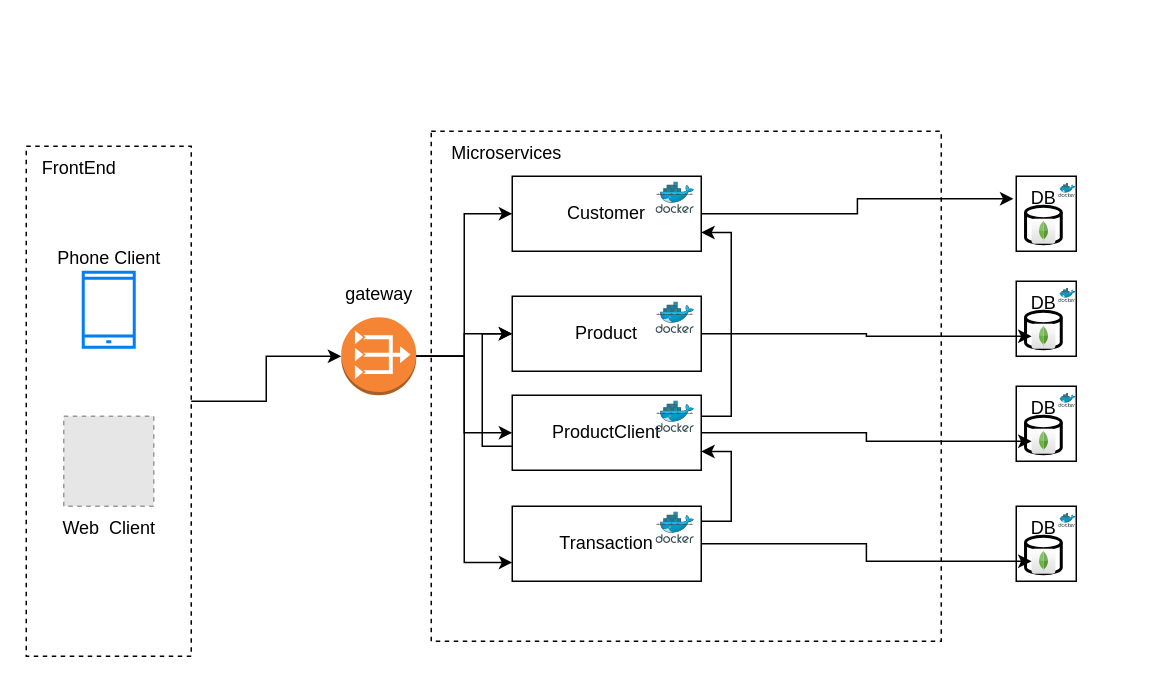
Earlier version of the draw.io diagram draw.drawio (mamaya21/drawio). Source tidied: cells renumbered, new cells numbered last; positions are measured from the earlier drawing's top-left corner, leaving out a move shared by most shapes. Both pictures are drawn from the tidied source at 150%, with x=0, y=0 at pixel (26, 130). Pictures stored in the file or linked from it are replaced by grey dashed boxes.
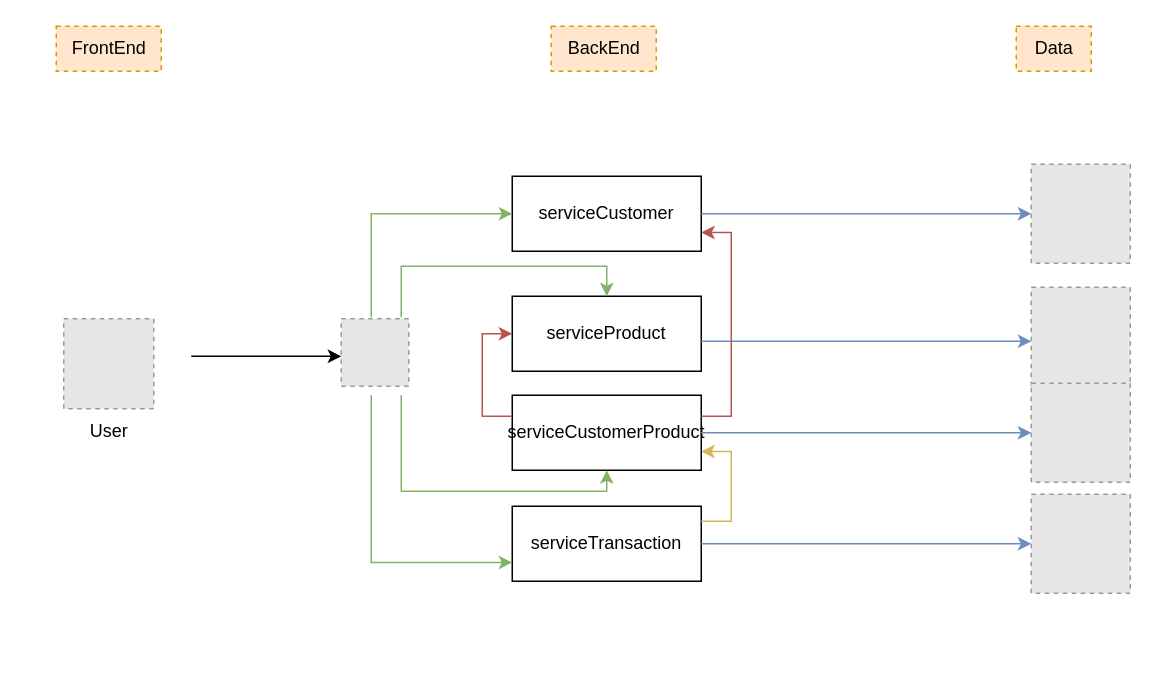
Above is the later version.

Unchanged cells that the change refers to:
```xml
<mxCell id="6" style="group;" parent="1" vertex="1">
  <mxGeometry x="324" y="30" width="126" height="50" as="geometry" />
</mxCell>
<mxCell id="17" style="group;" parent="1" vertex="1">
  <mxGeometry x="324" y="110" width="126" height="50" as="geometry" />
</mxCell>
<mxCell id="20" style="group;" parent="1" vertex="1">
  <mxGeometry x="324" y="250" width="126" height="50" as="geometry" />
</mxCell>
<mxCell id="23" style="group;" parent="1" vertex="1">
  <mxGeometry x="324" y="176" width="126" height="50" as="geometry" />
</mxCell>
```

The edit, as a diff of the source:
```diff
@@
-    <mxCell id="2" style="whiteSpace=wrap;html=1;fillColor=none;dashed=1;" parent="1" vertex="1">
-      <mxGeometry x="270" width="340" height="340" as="geometry" />
-    </mxCell>
-    <mxCell id="3" style="group;" parent="1" vertex="1">
-      <mxGeometry x="200" y="94" width="70" height="82" as="geometry" />
-    </mxCell>
-    <mxCell id="4" style="outlineConnect=0;dashed=0;verticalLabelPosition=bottom;verticalAlign=top;align=center;html=1;shape=mxgraph.aws3.vpc_nat_gateway;fillColor=#F58534;gradientColor=none;" parent="3" vertex="1">
-      <mxGeometry x="10" y="30" width="50" height="52" as="geometry" />
-    </mxCell>
-    <mxCell id="5" value="gateway" style="text;html=1;align=center;verticalAlign=middle;fillColor=none;strokeColor=none;rounded=0;" parent="3" vertex="1">
-      <mxGeometry width="70" height="30" as="geometry" />
-    </mxCell>
@@
-    <mxCell id="7" value="Customer" style="rounded=0;whiteSpace=wrap;html=1;" parent="6" vertex="1">
+    <mxCell id="7" value="serviceCustomer" style="rounded=0;whiteSpace=wrap;html=1;" parent="6" vertex="1">
       <mxGeometry width="126" height="50" as="geometry" />
     </mxCell>
-    <mxCell id="8" style="sketch=0;html=1;align=center;image;fontSize=12;image=img/lib/mscae/Docker.svg;" parent="6" vertex="1">
-      <mxGeometry x="96" y="4" width="25.6" height="21" as="geometry" />
-    </mxCell>
-    <mxCell id="9" style="group;" parent="1" vertex="1">
-      <mxGeometry x="660" y="30" width="40" height="50" as="geometry" />
-    </mxCell>
-    <mxCell id="10" style="rounded=0;whiteSpace=wrap;html=1;" parent="9" vertex="1">
-      <mxGeometry width="40" height="50" as="geometry" />
-    </mxCell>
-    <mxCell id="11" style="group;" parent="9" vertex="1">
-      <mxGeometry x="6.2" y="5" width="23.8" height="40" as="geometry" />
-    </mxCell>
-    <mxCell id="12" style="group;" parent="11" vertex="1">
-      <mxGeometry y="15" width="23.8" height="25" as="geometry" />
-    </mxCell>
-    <mxCell id="13" style="strokeWidth=2;html=1;shape=mxgraph.flowchart.database;whiteSpace=wrap;" parent="12" vertex="1">
-      <mxGeometry width="23.8" height="25" as="geometry" />
-    </mxCell>
-    <mxCell id="14" style="dashed=0;html=1;align=center;labelPosition=center;verticalLabelPosition=bottom;verticalAlign=top;shape=mxgraph.webicons.mongodb;gradientColor=#DFDEDE;" parent="12" vertex="1">
-      <mxGeometry x="4" y="8.3" width="15.9" height="16.7" as="geometry" />
-    </mxCell>
-    <mxCell id="15" style="sketch=0;html=1;align=center;image;fontSize=12;image=img/lib/mscae/Docker.svg;" parent="9" vertex="1">
-      <mxGeometry x="28.4" y="5" width="11.4" height="9.3" as="geometry" />
-    </mxCell>
-    <mxCell id="16" value="DB" style="text;html=1;align=center;verticalAlign=middle;points=[];fillColor=none;strokeColor=none;rounded=0;" parent="9" vertex="1">
-      <mxGeometry x="-1.9" width="40" height="30" as="geometry" />
-    </mxCell>
@@
-    <mxCell id="18" value="Product" style="rounded=0;whiteSpace=wrap;html=1;" parent="17" vertex="1">
+    <mxCell id="18" value="serviceProduct" style="rounded=0;whiteSpace=wrap;html=1;" parent="17" vertex="1">
       <mxGeometry width="126" height="50" as="geometry" />
     </mxCell>
-    <mxCell id="19" style="sketch=0;html=1;align=center;image;fontSize=12;image=img/lib/mscae/Docker.svg;" parent="17" vertex="1">
-      <mxGeometry x="96" y="4" width="25.6" height="21" as="geometry" />
-    </mxCell>
@@
-    <mxCell id="21" value="Transaction" style="rounded=0;whiteSpace=wrap;html=1;" parent="20" vertex="1">
+    <mxCell id="21" value="serviceTransaction" style="rounded=0;whiteSpace=wrap;html=1;" parent="20" vertex="1">
       <mxGeometry width="126" height="50" as="geometry" />
     </mxCell>
-    <mxCell id="22" style="sketch=0;html=1;align=center;image;fontSize=12;image=img/lib/mscae/Docker.svg;" parent="20" vertex="1">
-      <mxGeometry x="96" y="4" width="25.6" height="21" as="geometry" />
-    </mxCell>
@@
-    <mxCell id="24" value="ProductClient" style="rounded=0;whiteSpace=wrap;html=1;" parent="23" vertex="1">
+    <mxCell id="24" value="serviceCustomerProduct" style="rounded=0;whiteSpace=wrap;html=1;" parent="23" vertex="1">
       <mxGeometry width="126" height="50" as="geometry" />
     </mxCell>
-    <mxCell id="25" style="sketch=0;html=1;align=center;image;fontSize=12;image=img/lib/mscae/Docker.svg;" parent="23" vertex="1">
-      <mxGeometry x="96" y="4" width="25.6" height="21" as="geometry" />
-    </mxCell>
-    <mxCell id="26" value="Microservices" style="text;html=1;align=center;verticalAlign=middle;fillColor=none;strokeColor=none;rounded=0;dashed=1;" parent="1" vertex="1">
-      <mxGeometry x="270" width="100" height="30" as="geometry" />
-    </mxCell>
-    <mxCell id="27" style="edgeStyle=orthogonalEdgeStyle;rounded=0;jettySize=auto;html=1;" parent="1" edge="1" source="7" target="16">
-      <mxGeometry relative="1" as="geometry" />
+    <mxCell id="27" style="edgeStyle=orthogonalEdgeStyle;rounded=0;jettySize=auto;html=1;fillColor=#dae8fc;strokeColor=#6c8ebf;" parent="1" edge="1" source="7">
+      <mxGeometry relative="1" as="geometry">
+        <mxPoint x="670" y="55" as="targetPoint" />
+        <Array as="points">
+          <mxPoint x="658" y="55" />
+        </Array>
+      </mxGeometry>
     </mxCell>
-    <mxCell id="28" style="group;" parent="1" vertex="1">
-      <mxGeometry x="660" y="100" width="40" height="50" as="geometry" />
-    </mxCell>
-    <mxCell id="29" style="rounded=0;whiteSpace=wrap;html=1;" parent="28" vertex="1">
-      <mxGeometry width="40" height="50" as="geometry" />
-    </mxCell>
-    <mxCell id="30" style="group;" parent="28" vertex="1">
-      <mxGeometry x="6.2" y="5" width="23.8" height="40" as="geometry" />
-    </mxCell>
-    <mxCell id="31" style="group;" parent="30" vertex="1">
-      <mxGeometry y="15" width="23.8" height="25" as="geometry" />
-    </mxCell>
-    <mxCell id="32" style="strokeWidth=2;html=1;shape=mxgraph.flowchart.database;whiteSpace=wrap;" parent="31" vertex="1">
-      <mxGeometry width="23.8" height="25" as="geometry" />
-    </mxCell>
-    <mxCell id="33" style="dashed=0;outlineConnect=0;html=1;align=center;labelPosition=center;verticalLabelPosition=bottom;verticalAlign=top;shape=mxgraph.webicons.mongodb;gradientColor=#DFDEDE;" parent="31" vertex="1">
-      <mxGeometry x="4" y="8.3" width="15.9" height="16.7" as="geometry" />
-    </mxCell>
-    <mxCell id="34" style="sketch=0;html=1;align=center;image;fontSize=12;image=img/lib/mscae/Docker.svg;" parent="28" vertex="1">
-      <mxGeometry x="28.4" y="5" width="11.4" height="9.3" as="geometry" />
-    </mxCell>
-    <mxCell id="35" value="DB" style="text;html=1;align=center;verticalAlign=middle;fillColor=none;strokeColor=none;rounded=0;" parent="28" vertex="1">
-      <mxGeometry x="-1.9" width="40" height="30" as="geometry" />
-    </mxCell>
-    <mxCell id="36" style="group;" parent="1" vertex="1">
-      <mxGeometry x="660" y="170" width="40" height="50" as="geometry" />
-    </mxCell>
-    <mxCell id="37" style="rounded=0;whiteSpace=wrap;html=1;" parent="36" vertex="1">
-      <mxGeometry width="40" height="50" as="geometry" />
-    </mxCell>
-    <mxCell id="38" style="group;" parent="36" vertex="1">
-      <mxGeometry x="6.2" y="5" width="23.8" height="40" as="geometry" />
-    </mxCell>
-    <mxCell id="39" style="group;" parent="38" vertex="1">
-      <mxGeometry y="15" width="23.8" height="25" as="geometry" />
-    </mxCell>
-    <mxCell id="40" style="strokeWidth=2;html=1;shape=mxgraph.flowchart.database;whiteSpace=wrap;" parent="39" vertex="1">
-      <mxGeometry width="23.8" height="25" as="geometry" />
-    </mxCell>
-    <mxCell id="41" style="dashed=0;outlineConnect=0;html=1;align=center;labelPosition=center;verticalLabelPosition=bottom;verticalAlign=top;shape=mxgraph.webicons.mongodb;gradientColor=#DFDEDE;" parent="39" vertex="1">
-      <mxGeometry x="4" y="8.3" width="15.9" height="16.7" as="geometry" />
-    </mxCell>
-    <mxCell id="42" style="sketch=0;html=1;align=center;image;fontSize=12;image=img/lib/mscae/Docker.svg;" parent="36" vertex="1">
-      <mxGeometry x="28.4" y="5" width="11.4" height="9.3" as="geometry" />
-    </mxCell>
-    <mxCell id="43" value="DB" style="text;html=1;align=center;verticalAlign=middle;fillColor=none;strokeColor=none;rounded=0;" parent="36" vertex="1">
-      <mxGeometry x="-1.9" width="40" height="30" as="geometry" />
-    </mxCell>
-    <mxCell id="44" style="group;" parent="1" vertex="1">
-      <mxGeometry x="660" y="250" width="40" height="50" as="geometry" />
-    </mxCell>
-    <mxCell id="45" style="rounded=0;whiteSpace=wrap;html=1;" parent="44" vertex="1">
-      <mxGeometry width="40" height="50" as="geometry" />
-    </mxCell>
-    <mxCell id="46" style="group;" parent="44" vertex="1">
-      <mxGeometry x="6.2" y="5" width="23.8" height="40" as="geometry" />
-    </mxCell>
-    <mxCell id="47" style="group;" parent="46" vertex="1">
-      <mxGeometry y="15" width="23.8" height="25" as="geometry" />
-    </mxCell>
-    <mxCell id="48" style="strokeWidth=2;html=1;shape=mxgraph.flowchart.database;whiteSpace=wrap;" parent="47" vertex="1">
-      <mxGeometry width="23.8" height="25" as="geometry" />
-    </mxCell>
-    <mxCell id="49" style="dashed=0;outlineConnect=0;html=1;align=center;labelPosition=center;verticalLabelPosition=bottom;verticalAlign=top;shape=mxgraph.webicons.mongodb;gradientColor=#DFDEDE;" parent="47" vertex="1">
-      <mxGeometry x="4" y="8.3" width="15.9" height="16.7" as="geometry" />
-    </mxCell>
-    <mxCell id="50" style="sketch=0;html=1;align=center;image;fontSize=12;image=img/lib/mscae/Docker.svg;" parent="44" vertex="1">
-      <mxGeometry x="28.4" y="5" width="11.4" height="9.3" as="geometry" />
-    </mxCell>
-    <mxCell id="51" value="DB" style="text;html=1;align=center;verticalAlign=middle;fillColor=none;strokeColor=none;rounded=0;" parent="44" vertex="1">
-      <mxGeometry x="-1.9" width="40" height="30" as="geometry" />
-    </mxCell>
-    <mxCell id="52" style="edgeStyle=orthogonalEdgeStyle;rounded=0;jettySize=auto;html=1;" parent="1" edge="1" source="21" target="49">
-      <mxGeometry relative="1" as="geometry" />
+    <mxCell id="52" style="edgeStyle=orthogonalEdgeStyle;rounded=0;jettySize=auto;html=1;fillColor=#dae8fc;strokeColor=#6c8ebf;" parent="1" edge="1" source="21">
+      <mxGeometry relative="1" as="geometry">
+        <mxPoint x="670" y="275" as="targetPoint" />
+        <Array as="points">
+          <mxPoint x="670" y="275" />
+        </Array>
+      </mxGeometry>
     </mxCell>
-    <mxCell id="53" style="edgeStyle=orthogonalEdgeStyle;rounded=0;jettySize=auto;html=1;" parent="1" edge="1" source="24" target="41">
-      <mxGeometry relative="1" as="geometry" />
+    <mxCell id="53" style="edgeStyle=orthogonalEdgeStyle;rounded=0;jettySize=auto;html=1;fillColor=#dae8fc;strokeColor=#6c8ebf;" parent="1" edge="1" source="24">
+      <mxGeometry relative="1" as="geometry">
+        <mxPoint x="670" y="201" as="targetPoint" />
+        <Array as="points">
+          <mxPoint x="670" y="201" />
+        </Array>
+      </mxGeometry>
     </mxCell>
-    <mxCell id="54" style="edgeStyle=orthogonalEdgeStyle;rounded=0;jettySize=auto;html=1;" parent="1" edge="1" source="18" target="33">
-      <mxGeometry relative="1" as="geometry" />
+    <mxCell id="54" style="edgeStyle=orthogonalEdgeStyle;rounded=0;jettySize=auto;html=1;fillColor=#dae8fc;strokeColor=#6c8ebf;" parent="1" edge="1" source="18">
+      <mxGeometry relative="1" as="geometry">
+        <mxPoint x="670" y="140" as="targetPoint" />
+        <Array as="points">
+          <mxPoint x="670" y="140" />
+        </Array>
+      </mxGeometry>
     </mxCell>
-    <mxCell id="55" style="edgeStyle=orthogonalEdgeStyle;rounded=0;jettySize=auto;html=1;" parent="1" edge="1" source="4" target="18">
-      <mxGeometry relative="1" as="geometry" />
+    <mxCell id="55" style="edgeStyle=orthogonalEdgeStyle;rounded=0;jettySize=auto;html=1;fillColor=#d5e8d4;strokeColor=#82b366;" parent="1" edge="1" target="18">
+      <mxGeometry relative="1" as="geometry">
+        <mxPoint x="250" y="124" as="sourcePoint" />
+        <Array as="points">
+          <mxPoint x="250" y="90" />
+          <mxPoint x="387" y="90" />
+        </Array>
+      </mxGeometry>
     </mxCell>
-    <mxCell id="56" style="edgeStyle=orthogonalEdgeStyle;rounded=0;jettySize=auto;html=1;" parent="1" edge="1" source="4" target="24">
-      <mxGeometry relative="1" as="geometry" />
+    <mxCell id="56" style="edgeStyle=orthogonalEdgeStyle;rounded=0;jettySize=auto;html=1;fillColor=#d5e8d4;strokeColor=#82b366;" parent="1" edge="1" target="24">
+      <mxGeometry relative="1" as="geometry">
+        <mxPoint x="250" y="176" as="sourcePoint" />
+        <Array as="points">
+          <mxPoint x="250" y="240" />
+          <mxPoint x="387" y="240" />
+        </Array>
+      </mxGeometry>
     </mxCell>
-    <mxCell id="57" style="edgeStyle=orthogonalEdgeStyle;rounded=0;jettySize=auto;html=1;entryX=0;entryY=0.75;entryDx=0;entryDy=0;" parent="1" edge="1" source="4" target="21">
-      <mxGeometry relative="1" as="geometry" />
+    <mxCell id="57" style="edgeStyle=orthogonalEdgeStyle;rounded=0;jettySize=auto;html=1;entryX=0;entryY=0.75;entryDx=0;entryDy=0;fillColor=#d5e8d4;strokeColor=#82b366;" parent="1" edge="1" target="21">
+      <mxGeometry relative="1" as="geometry">
+        <mxPoint x="230" y="176" as="sourcePoint" />
+        <Array as="points">
+          <mxPoint x="230" y="288" />
+        </Array>
+      </mxGeometry>
     </mxCell>
-    <mxCell id="58" style="edgeStyle=orthogonalEdgeStyle;rounded=0;jettySize=auto;html=1;entryX=0;entryY=0.5;entryDx=0;entryDy=0;" parent="1" edge="1" source="4" target="7">
-      <mxGeometry relative="1" as="geometry" />
+    <mxCell id="58" style="edgeStyle=orthogonalEdgeStyle;rounded=0;jettySize=auto;html=1;entryX=0;entryY=0.5;entryDx=0;entryDy=0;fillColor=#d5e8d4;strokeColor=#82b366;" parent="1" edge="1" target="7">
+      <mxGeometry relative="1" as="geometry">
+        <mxPoint x="230" y="124" as="sourcePoint" />
+        <Array as="points">
+          <mxPoint x="230" y="55" />
+        </Array>
+      </mxGeometry>
     </mxCell>
-    <mxCell id="59" style="edgeStyle=orthogonalEdgeStyle;rounded=0;jettySize=auto;html=1;entryX=1;entryY=0.75;entryDx=0;entryDy=0;" parent="1" edge="1" source="24" target="7">
+    <mxCell id="59" style="edgeStyle=orthogonalEdgeStyle;rounded=0;jettySize=auto;html=1;entryX=1;entryY=0.75;entryDx=0;entryDy=0;fillColor=#f8cecc;strokeColor=#b85450;" parent="1" edge="1" source="24" target="7">
       <mxGeometry relative="1" as="geometry">
         <Array as="points">
           <mxPoint x="470" y="190" />
           <mxPoint x="470" y="67" />
         </Array>
       </mxGeometry>
     </mxCell>
-    <mxCell id="60" style="edgeStyle=orthogonalEdgeStyle;rounded=0;jettySize=auto;html=1;entryX=0;entryY=0.5;entryDx=0;entryDy=0;" parent="1" edge="1" source="24" target="18">
+    <mxCell id="60" style="edgeStyle=orthogonalEdgeStyle;rounded=0;jettySize=auto;html=1;entryX=0;entryY=0.5;entryDx=0;entryDy=0;fillColor=#f8cecc;strokeColor=#b85450;" parent="1" edge="1" source="24" target="18">
       <mxGeometry relative="1" as="geometry">
         <Array as="points">
-          <mxPoint x="304" y="210" />
+          <mxPoint x="304" y="190" />
           <mxPoint x="304" y="135" />
         </Array>
       </mxGeometry>
     </mxCell>
-    <mxCell id="61" style="edgeStyle=orthogonalEdgeStyle;rounded=0;jettySize=auto;html=1;entryX=1;entryY=0.75;entryDx=0;entryDy=0;" parent="1" edge="1" source="21" target="24">
+    <mxCell id="61" style="edgeStyle=orthogonalEdgeStyle;rounded=0;jettySize=auto;html=1;entryX=1;entryY=0.75;entryDx=0;entryDy=0;fillColor=#fff2cc;strokeColor=#d6b656;" parent="1" edge="1" source="21" target="24">
       <mxGeometry relative="1" as="geometry">
         <Array as="points">
           <mxPoint x="470" y="260" />
           <mxPoint x="470" y="213" />
         </Array>
       </mxGeometry>
     </mxCell>
-    <mxCell id="62" style="edgeStyle=orthogonalEdgeStyle;rounded=0;jettySize=auto;html=1;" parent="1" edge="1" source="63" target="4">
-      <mxGeometry relative="1" as="geometry" />
+    <mxCell id="62" style="edgeStyle=orthogonalEdgeStyle;rounded=0;orthogonalLoop=1;jettySize=auto;html=1;" parent="1" edge="1">
+      <mxGeometry relative="1" as="geometry">
+        <mxPoint x="110" y="150" as="sourcePoint" />
+        <mxPoint x="210" y="150" as="targetPoint" />
+        <Array as="points">
+          <mxPoint x="150" y="150" />
+          <mxPoint x="150" y="150" />
+        </Array>
+      </mxGeometry>
     </mxCell>
-    <mxCell id="63" style="rounded=0;whiteSpace=wrap;html=1;dashed=1;fillColor=none;" parent="1" vertex="1">
-      <mxGeometry y="10" width="110" height="340" as="geometry" />
-    </mxCell>
-    <mxCell id="64" value="FrontEnd" style="text;html=1;align=center;verticalAlign=middle;fillColor=none;strokeColor=none;rounded=0;dashed=1;" parent="1" vertex="1">
-      <mxGeometry y="10" width="70" height="30" as="geometry" />
+    <mxCell id="64" value="FrontEnd" style="text;html=1;align=center;verticalAlign=middle;fillColor=#ffe6cc;strokeColor=#d79b00;rounded=0;dashed=1;" parent="1" vertex="1">
+      <mxGeometry x="20" y="-70" width="70" height="30" as="geometry" />
     </mxCell>
-    <mxCell id="65" style="group;" parent="1" vertex="1">
-      <mxGeometry x="10" y="70" width="90" height="74" as="geometry" />
-    </mxCell>
-    <mxCell id="66" style="html=1;verticalLabelPosition=bottom;align=center;labelBackgroundColor=#ffffff;verticalAlign=top;strokeWidth=2;strokeColor=#0080F0;shadow=0;dashed=0;shape=mxgraph.ios7.icons.smartphone;fillColor=none;" parent="65" vertex="1">
-      <mxGeometry x="28" y="24" width="34" height="50" as="geometry" />
-    </mxCell>
-    <mxCell id="67" value="Phone Client" style="text;html=1;align=center;verticalAlign=middle;fillColor=none;strokeColor=none;rounded=0;dashed=1;" parent="65" vertex="1">
-      <mxGeometry width="90" height="30" as="geometry" />
-    </mxCell>
     <mxCell id="68" style="group;" parent="1" vertex="1">
-      <mxGeometry x="10" y="190" width="90" height="90" as="geometry" />
+      <mxGeometry x="10" y="125" width="90" height="90" as="geometry" />
     </mxCell>
@@
-    <mxCell id="70" value="Web&amp;nbsp; Client" style="text;html=1;align=center;verticalAlign=middle;fillColor=none;strokeColor=none;rounded=0;dashed=1;" parent="68" vertex="1">
-      <mxGeometry y="60" width="90" height="30" as="geometry" />
+    <mxCell id="70" value="User" style="text;html=1;align=center;verticalAlign=middle;fillColor=none;strokeColor=none;rounded=0;dashed=1;" parent="68" vertex="1">
+      <mxGeometry x="20" y="60" width="50" height="30" as="geometry" />
     </mxCell>
+    <mxCell id="71" value="BackEnd" style="text;html=1;align=center;verticalAlign=middle;fillColor=#ffe6cc;strokeColor=#d79b00;rounded=0;dashed=1;" parent="1" vertex="1">
+      <mxGeometry x="350" y="-70" width="70" height="30" as="geometry" />
+    </mxCell>
+    <mxCell id="72" value="Data" style="text;html=1;align=center;verticalAlign=middle;fillColor=#ffe6cc;strokeColor=#d79b00;rounded=0;dashed=1;" parent="1" vertex="1">
+      <mxGeometry x="660" y="-70" width="50" height="30" as="geometry" />
+    </mxCell>
+    <mxCell id="73" style="fillColor=#E6E6E6;strokeColor=#999999;dashed=1;verticalLabelPosition=bottom;verticalAlign=top;" parent="1" vertex="1">
+      <mxGeometry x="210" y="125" width="45" height="45" as="geometry" />
+    </mxCell>
+    <mxCell id="74" style="fillColor=#E6E6E6;strokeColor=#999999;dashed=1;verticalLabelPosition=bottom;verticalAlign=top;fontStyle=1;" parent="1" vertex="1">
+      <mxGeometry x="670" y="22" width="66" height="66" as="geometry" />
+    </mxCell>
+    <mxCell id="75" style="fillColor=#E6E6E6;strokeColor=#999999;dashed=1;verticalLabelPosition=bottom;verticalAlign=top;fontStyle=1;" parent="1" vertex="1">
+      <mxGeometry x="670" y="104" width="66" height="66" as="geometry" />
+    </mxCell>
+    <mxCell id="76" style="fillColor=#E6E6E6;strokeColor=#999999;dashed=1;verticalLabelPosition=bottom;verticalAlign=top;fontStyle=0;" parent="1" vertex="1">
+      <mxGeometry x="670" y="168" width="66" height="66" as="geometry" />
+    </mxCell>
+    <mxCell id="77" style="fillColor=#E6E6E6;strokeColor=#999999;dashed=1;verticalLabelPosition=bottom;verticalAlign=top;fontStyle=1;" parent="1" vertex="1">
+      <mxGeometry x="670" y="242" width="66" height="66" as="geometry" />
+    </mxCell>
```
